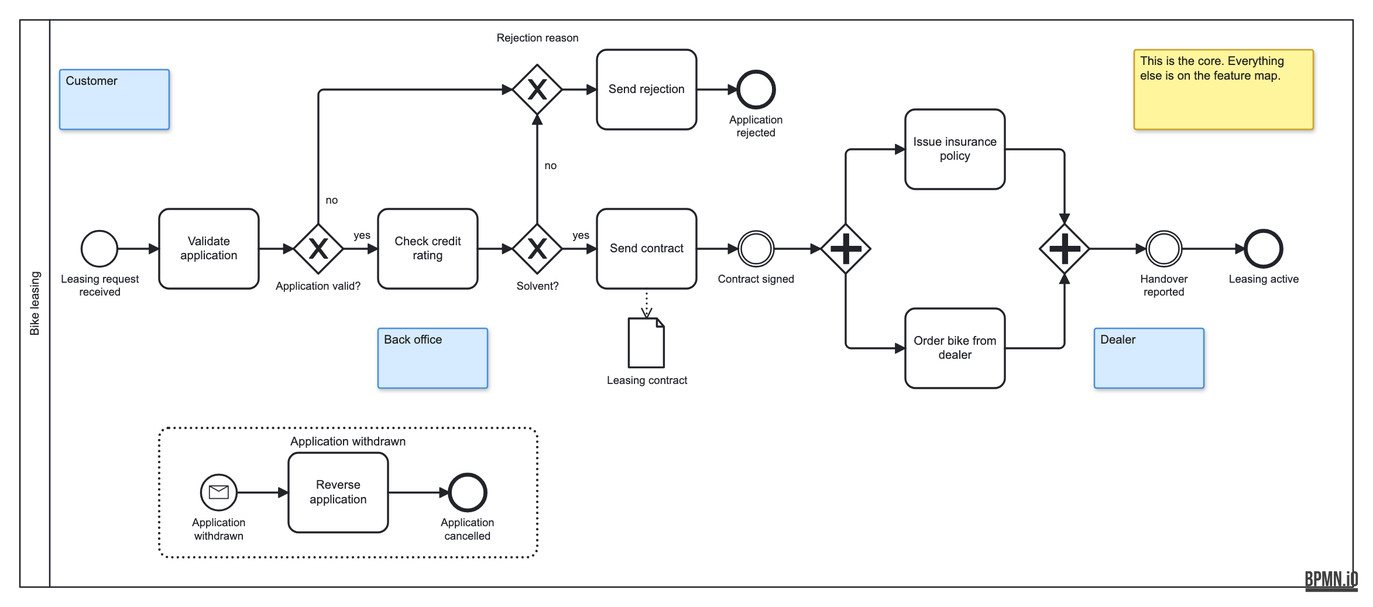
This is docs/assets/bike-leasing-tbpm.png from Miragon/miragon-ai-example, a BPMN export, as it was before one commit. Its source is kept beside it as docs/use-cases/bike-leasing/tbpm/bike-leasing-tbpm.bpmn. Ids are renumbered.
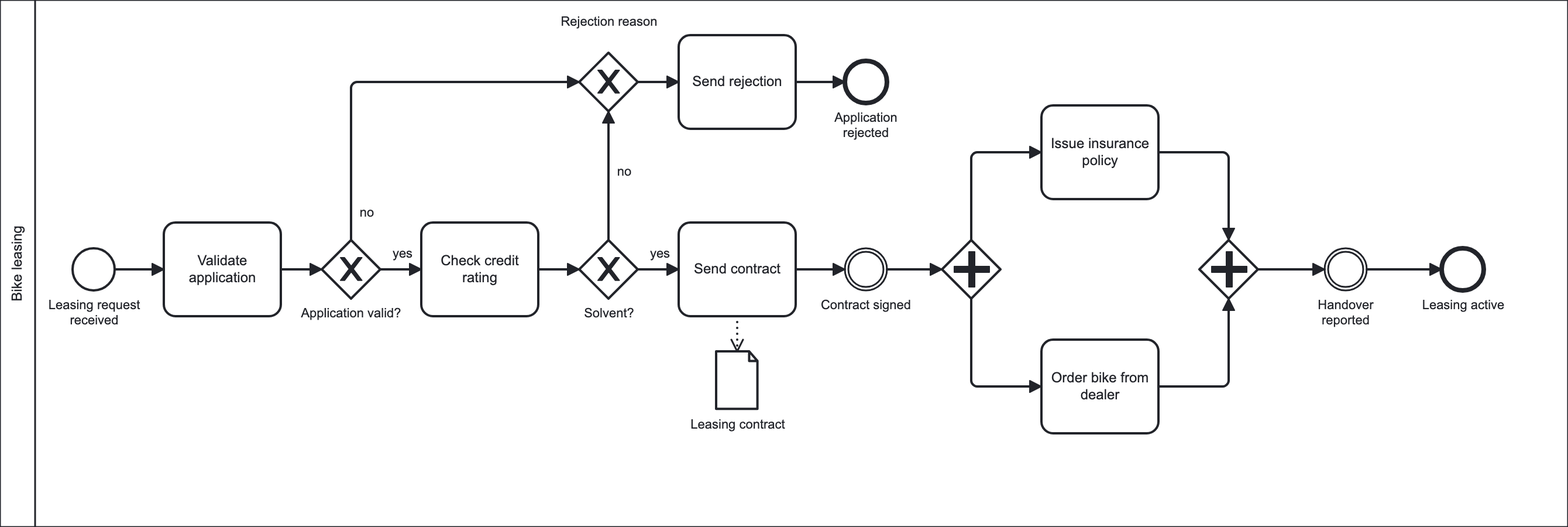
The same diagram one commit later.

The edit, as a diff of the source:
```diff
@@ -3,12 +3,6 @@
     <bpmn:participant id="tbpm_participant_bikeLeasing" name="Bike leasing" processRef="tbpm_process_bikeLeasing" />
   </bpmn:collaboration>
   <bpmn:process id="tbpm_process_bikeLeasing" name="Bike leasing" isExecutable="false">
-    <bpmn:extensionElements>
-      <bpmiq:sticky id="tbpm_sticky_customer" text="Customer" x="160" y="80" kind="role" width="110" height="60" />
-      <bpmiq:sticky id="tbpm_sticky_backOffice" text="Back office" x="480" y="340" kind="role" width="110" height="60" />
-      <bpmiq:sticky id="tbpm_sticky_dealer" text="Dealer" x="1200" y="340" kind="role" width="110" height="60" />
-      <bpmiq:sticky id="tbpm_sticky_core" text="This is the core. Everything else is on the feature map." x="1240" y="60" kind="note" width="180" height="80" />
-    </bpmn:extensionElements>
     <bpmn:dataObject id="tbpm_dataObject_leasingContractData" />
     <bpmn:startEvent id="startEvent_leasingRequestReceived" name="Leasing request received">
       <bpmn:outgoing>flow_requestToValidation</bpmn:outgoing>
@@ -38,8 +32,7 @@
         <bpmn:targetRef>tbpm_dataObject_leasingContract</bpmn:targetRef>
       </bpmn:dataOutputAssociation>
     </bpmn:task>
-    <bpmn:dataObjectReference id="tbpm_dataObject_leasingContract" name="Leasing contract" dataObjectRef="tbpm_dataObject_leasingContractData">
-    </bpmn:dataObjectReference>
+    <bpmn:dataObjectReference id="tbpm_dataObject_leasingContract" name="Leasing contract" dataObjectRef="tbpm_dataObject_leasingContractData" />
     <bpmn:intermediateThrowEvent id="event_contractSigned" name="Contract signed">
       <bpmn:incoming>flow_contractSentToSigned</bpmn:incoming>
       <bpmn:outgoing>flow_signedToFork</bpmn:outgoing>
@@ -81,21 +74,6 @@
     <bpmn:endEvent id="endEvent_applicationRejected" name="Application rejected">
       <bpmn:incoming>flow_rejectionSent</bpmn:incoming>
     </bpmn:endEvent>
-    <bpmn:subProcess id="subProcess_applicationWithdrawn" name="Application withdrawn" triggeredByEvent="true">
-      <bpmn:startEvent id="startEvent_applicationWithdrawn" name="Application&#10;withdrawn">
-        <bpmn:outgoing>flow_withdrawnToReversal</bpmn:outgoing>
-        <bpmn:messageEventDefinition id="startEvent_applicationWithdrawn_message" />
-      </bpmn:startEvent>
-      <bpmn:task id="userTask_reverseApplication" name="Reverse application">
-        <bpmn:incoming>flow_withdrawnToReversal</bpmn:incoming>
-        <bpmn:outgoing>flow_reversalToCancelled</bpmn:outgoing>
-      </bpmn:task>
-      <bpmn:endEvent id="endEvent_applicationCancelled" name="Application&#10;cancelled">
-        <bpmn:incoming>flow_reversalToCancelled</bpmn:incoming>
-      </bpmn:endEvent>
-      <bpmn:sequenceFlow id="flow_withdrawnToReversal" sourceRef="startEvent_applicationWithdrawn" targetRef="userTask_reverseApplication" />
-      <bpmn:sequenceFlow id="flow_reversalToCancelled" sourceRef="userTask_reverseApplication" targetRef="endEvent_applicationCancelled" />
-    </bpmn:subProcess>
     <bpmn:sequenceFlow id="flow_requestToValidation" sourceRef="startEvent_leasingRequestReceived" targetRef="serviceTask_validateApplication" />
     <bpmn:sequenceFlow id="tbpm_flow_validationToValidGateway" sourceRef="serviceTask_validateApplication" targetRef="tbpm_gateway_applicationValid" />
     <bpmn:sequenceFlow id="tbpm_flow_applicationValid" name="yes" sourceRef="tbpm_gateway_applicationValid" targetRef="userTask_checkCreditRating" />
@@ -117,7 +95,7 @@
   <bpmndi:BPMNDiagram id="tbpm_diagram_bikeLeasing">
     <bpmndi:BPMNPlane id="tbpm_plane_bikeLeasing" bpmnElement="tbpm_collaboration_bikeLeasing">
       <bpmndi:BPMNShape id="tbpm_participant_bikeLeasing_di" bpmnElement="tbpm_participant_bikeLeasing" isHorizontal="true">
-        <dc:Bounds x="120" y="30" width="1340" height="570" />
+        <dc:Bounds x="120" y="30" width="1340" height="450" />
         <bpmndi:BPMNLabel />
       </bpmndi:BPMNShape>
       <bpmndi:BPMNShape id="startEvent_leasingRequestReceived_di" bpmnElement="startEvent_leasingRequestReceived">
@@ -196,24 +174,6 @@
         <dc:Bounds x="842" y="82" width="36" height="36" />
         <bpmndi:BPMNLabel>
           <dc:Bounds x="815" y="124" width="90" height="27" />
-        </bpmndi:BPMNLabel>
-      </bpmndi:BPMNShape>
-      <bpmndi:BPMNShape id="subProcess_applicationWithdrawn_di" bpmnElement="subProcess_applicationWithdrawn" isExpanded="true">
-        <dc:Bounds x="260" y="440" width="380" height="130" />
-      </bpmndi:BPMNShape>
-      <bpmndi:BPMNShape id="startEvent_applicationWithdrawn_di" bpmnElement="startEvent_applicationWithdrawn">
-        <dc:Bounds x="302" y="487" width="36" height="36" />
-        <bpmndi:BPMNLabel>
-          <dc:Bounds x="285.9" y="529" width="68.2" height="27" />
-        </bpmndi:BPMNLabel>
-      </bpmndi:BPMNShape>
-      <bpmndi:BPMNShape id="userTask_reverseApplication_di" bpmnElement="userTask_reverseApplication">
-        <dc:Bounds x="390" y="465" width="100" height="80" />
-      </bpmndi:BPMNShape>
-      <bpmndi:BPMNShape id="endEvent_applicationCancelled_di" bpmnElement="endEvent_applicationCancelled">
-        <dc:Bounds x="552" y="487" width="36" height="36" />
-        <bpmndi:BPMNLabel>
-          <dc:Bounds x="535.9" y="529" width="68.2" height="27" />
         </bpmndi:BPMNLabel>
       </bpmndi:BPMNShape>
       <bpmndi:BPMNEdge id="flow_requestToValidation_di" bpmnElement="flow_requestToValidation">
@@ -301,14 +261,6 @@
         <di:waypoint x="800" y="100" />
         <di:waypoint x="842" y="100" />
       </bpmndi:BPMNEdge>
-      <bpmndi:BPMNEdge id="flow_withdrawnToReversal_di" bpmnElement="flow_withdrawnToReversal">
-        <di:waypoint x="338" y="505" />
-        <di:waypoint x="390" y="505" />
-      </bpmndi:BPMNEdge>
-      <bpmndi:BPMNEdge id="flow_reversalToCancelled_di" bpmnElement="flow_reversalToCancelled">
-        <di:waypoint x="490" y="505" />
-        <di:waypoint x="552" y="505" />
-      </bpmndi:BPMNEdge>
       <bpmndi:BPMNEdge id="tbpm_dataOutput_sendContractToLeasingContract_di" bpmnElement="tbpm_dataOutput_sendContractToLeasingContract">
         <di:waypoint x="750" y="300" />
         <di:waypoint x="750" y="330" />
```
